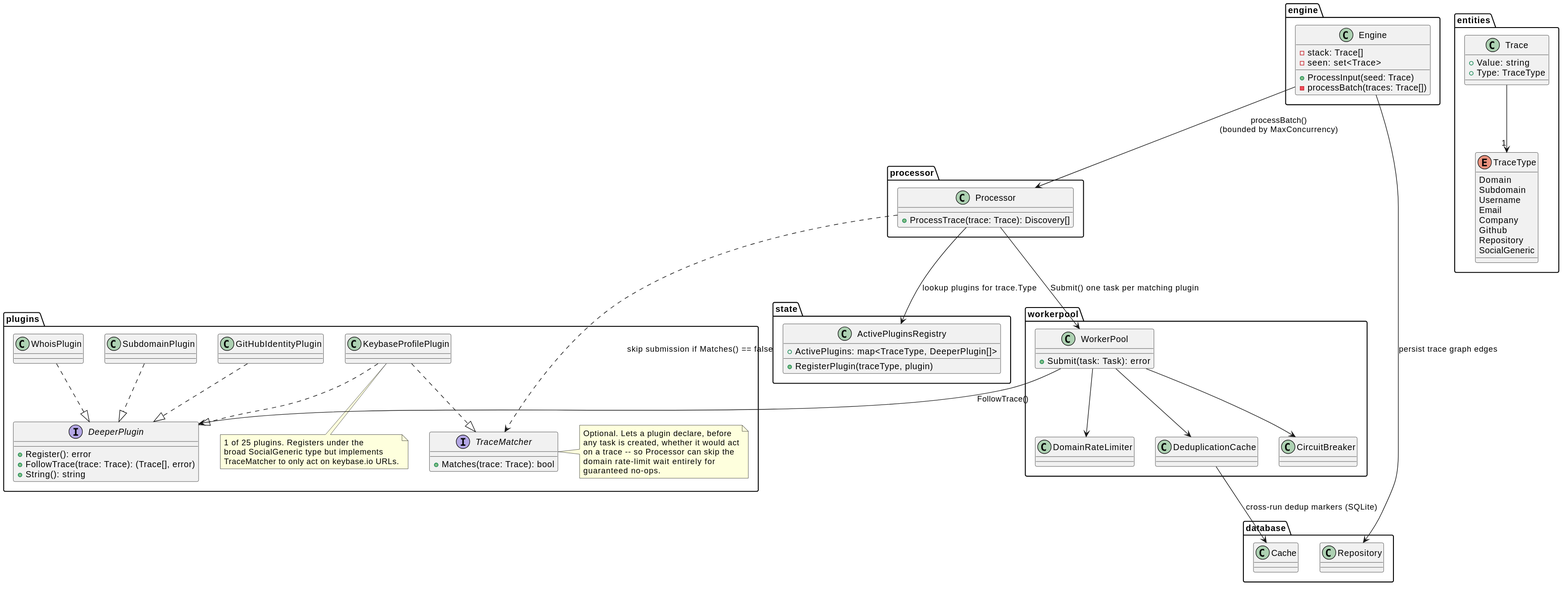
Above: docs/images/docs/Architecture.svg in smirnoffmg/deeper (PlantUML), before the change.
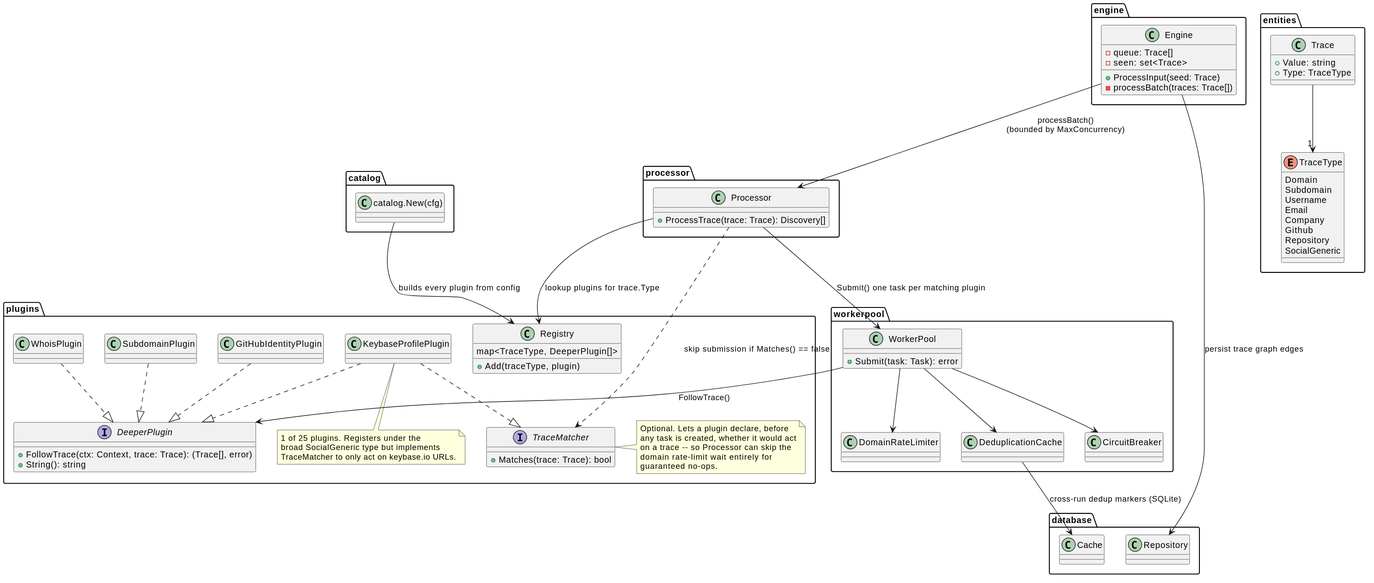
The same diagram one commit later.

The edit, as a diff of the source:
```diff
@@ -21,8 +21,7 @@
 
 package "plugins" {
     interface DeeperPlugin {
-        +Register(): error
-        +FollowTrace(trace: Trace): (Trace[], error)
+        +FollowTrace(ctx: Context, trace: Trace): (Trace[], error)
         +String(): string
     }
 
@@ -56,16 +55,20 @@
     KeybaseProfilePlugin ..|> TraceMatcher
 }
 
-package "state" {
-    class ActivePluginsRegistry {
-        +ActivePlugins: map<TraceType, DeeperPlugin[]>
-        +RegisterPlugin(traceType, plugin)
+package "plugins" {
+    class Registry {
+        map<TraceType, DeeperPlugin[]>
+        +Add(traceType, plugin)
     }
+}
+
+package "catalog" {
+    class "catalog.New(cfg)" as CatalogNew
 }
 
 package "engine" {
     class Engine {
-        -stack: Trace[]
+        -queue: Trace[]
         -seen: set<Trace>
         +ProcessInput(seed: Trace)
         -processBatch(traces: Trace[])
@@ -97,7 +100,8 @@
 }
 
 Engine --> Processor : processBatch()\n(bounded by MaxConcurrency)
-Processor --> ActivePluginsRegistry : lookup plugins for trace.Type
+CatalogNew --> Registry : builds every plugin from config
+Processor --> Registry : lookup plugins for trace.Type
 Processor ..> TraceMatcher : skip submission if Matches() == false
 Processor --> WorkerPool : Submit() one task per matching plugin
 WorkerPool --> DeeperPlugin : FollowTrace()
```
